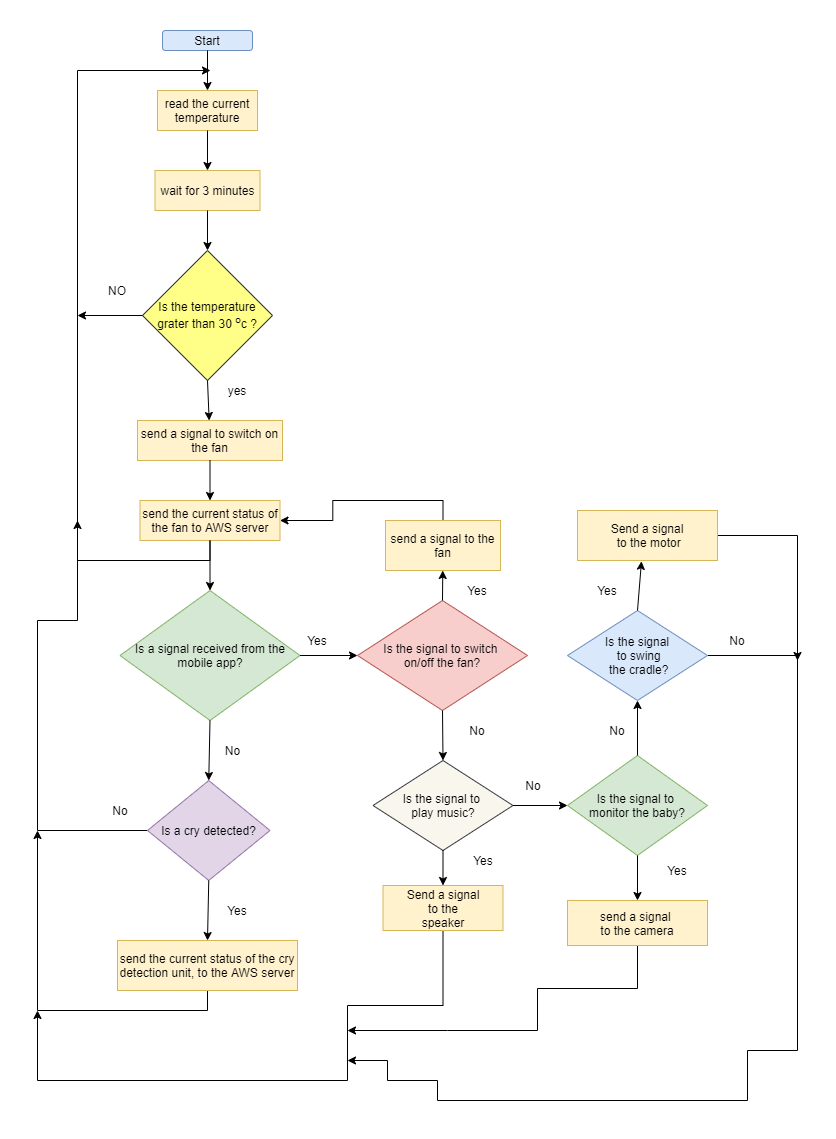
Before: Diagrams/Flow_Charts/Hardware Flowchart/hardware_flow.png, a diagram exported from draw.io (cepdnaclk/e17-3yp-Smart-Cradle). Source tidied: cells renumbered, new cells last; positions are measured from the earlier drawing's top-left corner, leaving out a move shared by most shapes.
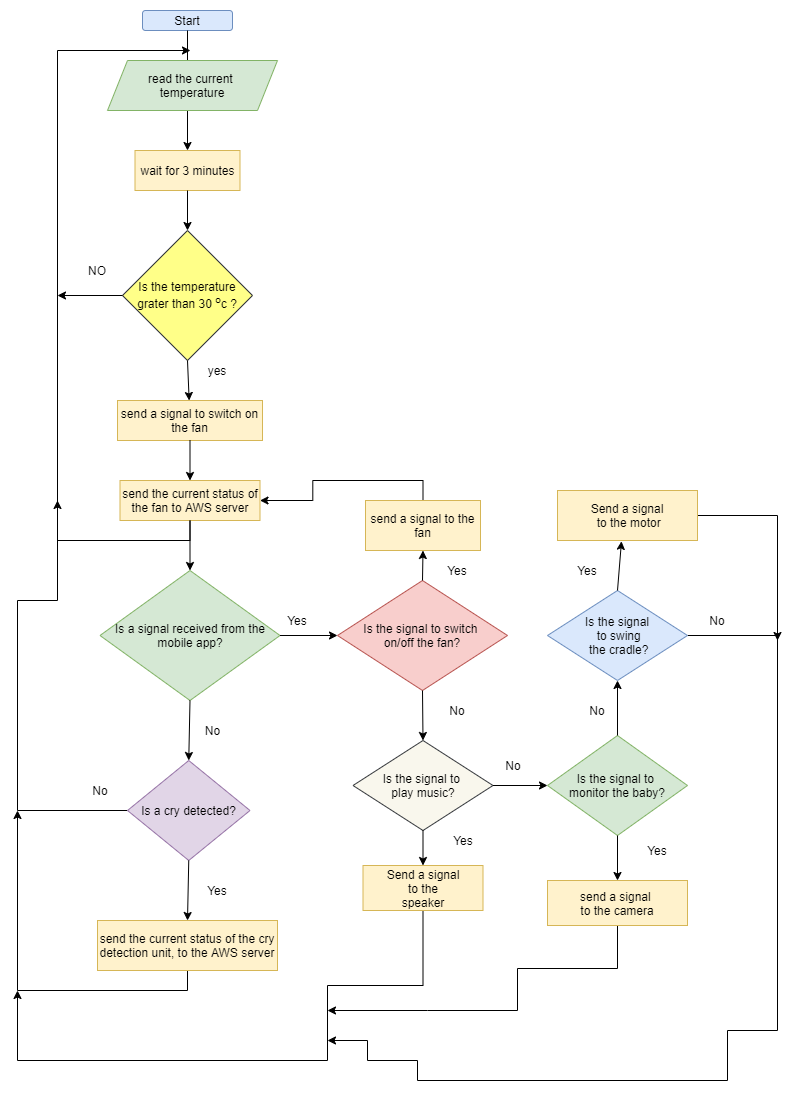
Above is the later version.

Commit message:
modified the hardware flow chart

Diff of the diagram source:
```diff
@@ -5,9 +5,6 @@
     <mxCell id="2" value="Start" style="rounded=1;whiteSpace=wrap;html=1;fillColor=#dae8fc;strokeColor=#6c8ebf;" parent="1" vertex="1">
       <mxGeometry x="125" width="90" height="20" as="geometry" />
     </mxCell>
-    <mxCell id="3" value="read the current temperature" style="rounded=0;whiteSpace=wrap;html=1;fillColor=#fff2cc;strokeColor=#d6b656;" parent="1" vertex="1">
-      <mxGeometry x="120" y="60" width="100" height="40" as="geometry" />
-    </mxCell>
     <mxCell id="4" value="wait for 3 minutes" style="rounded=0;whiteSpace=wrap;html=1;fillColor=#fff2cc;strokeColor=#d6b656;" parent="1" vertex="1">
       <mxGeometry x="117.5" y="140" width="105" height="40" as="geometry" />
     </mxCell>
@@ -17,11 +14,15 @@
     <mxCell id="6" style="edgeStyle=orthogonalEdgeStyle;rounded=0;orthogonalLoop=1;jettySize=auto;html=1;exitX=0.5;exitY=1;exitDx=0;exitDy=0;" parent="1" edge="1" source="5" target="5">
       <mxGeometry relative="1" as="geometry" />
     </mxCell>
-    <mxCell id="7" style="endArrow=classic;html=1;exitX=0.5;exitY=1;exitDx=0;exitDy=0;entryX=0.5;entryY=0;entryDx=0;entryDy=0;" parent="1" edge="1" source="2" target="3">
-      <mxGeometry relative="1" as="geometry" />
+    <mxCell id="7" style="endArrow=classic;html=1;exitX=0.5;exitY=1;exitDx=0;exitDy=0;entryX=0.5;entryY=0;entryDx=0;entryDy=0;" parent="1" edge="1" source="2">
+      <mxGeometry relative="1" as="geometry">
+        <mxPoint x="170" y="60" as="targetPoint" />
+      </mxGeometry>
     </mxCell>
-    <mxCell id="8" style="endArrow=classic;html=1;exitX=0.5;exitY=1;exitDx=0;exitDy=0;entryX=0.5;entryY=0;entryDx=0;entryDy=0;" parent="1" edge="1" source="3" target="4">
-      <mxGeometry relative="1" as="geometry" />
+    <mxCell id="8" style="endArrow=classic;html=1;exitX=0.5;exitY=1;exitDx=0;exitDy=0;entryX=0.5;entryY=0;entryDx=0;entryDy=0;" parent="1" edge="1" target="4">
+      <mxGeometry relative="1" as="geometry">
+        <mxPoint x="170" y="100" as="sourcePoint" />
+      </mxGeometry>
     </mxCell>
     <mxCell id="9" style="endArrow=classic;html=1;exitX=0.5;exitY=1;exitDx=0;exitDy=0;entryX=0.5;entryY=0;entryDx=0;entryDy=0;" parent="1" edge="1" source="4" target="5">
       <mxGeometry relative="1" as="geometry" />
@@ -222,5 +223,8 @@
     <mxCell id="59" value="No&lt;br&gt;" style="text;html=1;strokeColor=none;fillColor=none;align=center;verticalAlign=middle;whiteSpace=wrap;rounded=0;" parent="1" vertex="1">
       <mxGeometry x="680" y="600" width="40" height="20" as="geometry" />
     </mxCell>
+    <mxCell id="3" value="read the current &lt;br&gt;temperature" style="shape=parallelogram;perimeter=parallelogramPerimeter;whiteSpace=wrap;html=1;fixedSize=1;fillColor=#d5e8d4;strokeColor=#82b366;" parent="1" vertex="1">
+      <mxGeometry x="90" y="50" width="170" height="50" as="geometry" />
+    </mxCell>
   </root>
 </mxGraphModel>
```
